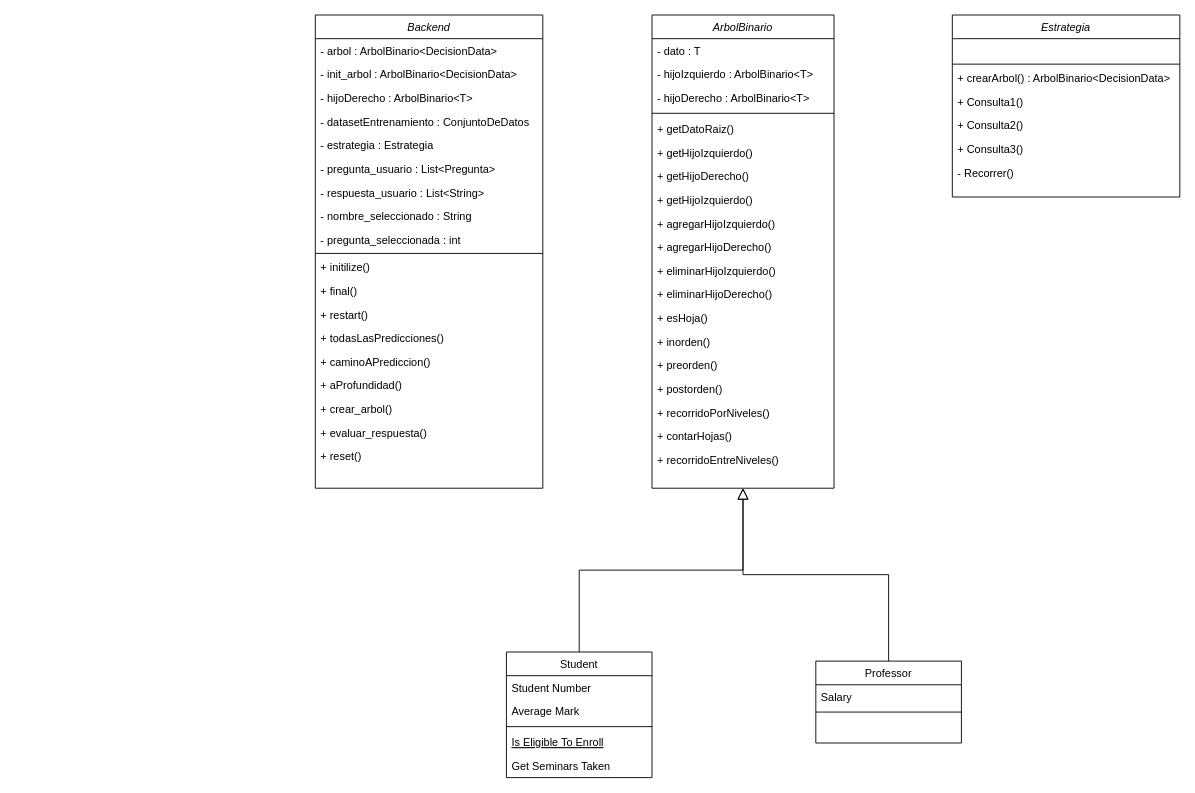
Earlier version of the draw.io diagram TPF-WiW.drawio (Schl4nge-sudo/TPF-CTEA). Source tidied: cells renumbered, new cells numbered last; positions are measured from the earlier drawing's top-left corner, leaving out a move shared by most shapes. Both pictures are drawn from the tidied source at 91%, with x=0, y=0 at pixel (315, 15).
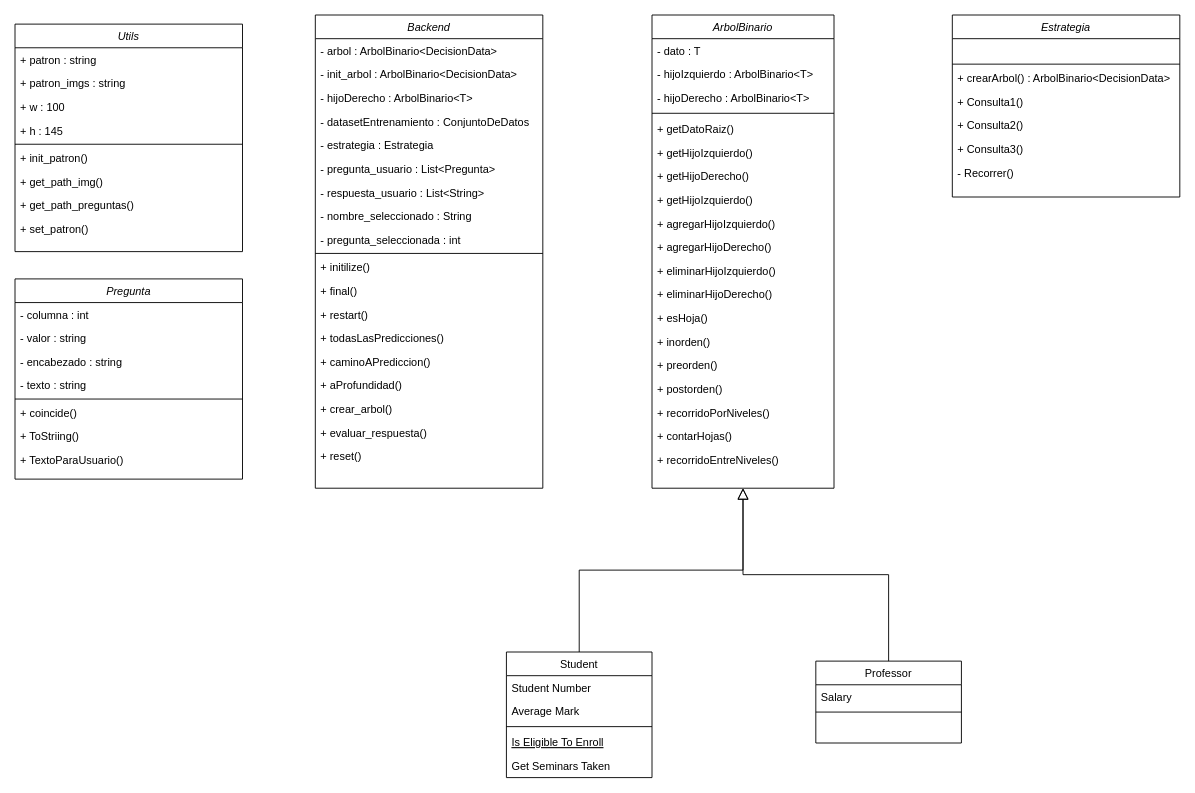
Above is the later version.

Commit message:
Agregadas Util y Pregunta

Diff of the diagram source:
```diff
@@
+    <mxCell id="61" value="Utils" style="swimlane;fontStyle=2;align=center;verticalAlign=top;horizontal=1;startSize=26;rounded=0;shadow=0;strokeWidth=1;" parent="1" vertex="1">
+      <mxGeometry x="-330" y="10" width="250" height="250" as="geometry" />
+    </mxCell>
+    <mxCell id="62" value="+ patron : string" style="text;align=left;verticalAlign=top;spacingLeft=4;spacingRight=4;overflow=hidden;" parent="61" vertex="1">
+      <mxGeometry y="26" width="250" height="26" as="geometry" />
+    </mxCell>
+    <mxCell id="63" value="+ patron_imgs : string" style="text;align=left;verticalAlign=top;spacingLeft=4;spacingRight=4;overflow=hidden;rounded=0;shadow=0;html=0;" parent="61" vertex="1">
+      <mxGeometry y="52" width="250" height="26" as="geometry" />
+    </mxCell>
+    <mxCell id="64" value="+ w : 100" style="text;align=left;verticalAlign=top;spacingLeft=4;spacingRight=4;overflow=hidden;rounded=0;shadow=0;html=0;" parent="61" vertex="1">
+      <mxGeometry y="78" width="250" height="26" as="geometry" />
+    </mxCell>
+    <mxCell id="65" value="+ h : 145" style="text;align=left;verticalAlign=top;spacingLeft=4;spacingRight=4;overflow=hidden;" parent="61" vertex="1">
+      <mxGeometry y="104" width="250" height="26" as="geometry" />
+    </mxCell>
+    <mxCell id="66" style="line;html=1;strokeWidth=1;align=left;verticalAlign=middle;spacingTop=-1;spacingLeft=3;spacingRight=3;labelPosition=right;" parent="61" vertex="1">
+      <mxGeometry y="130" width="250" height="4" as="geometry" />
+    </mxCell>
+    <mxCell id="67" value="+ init_patron()" style="text;align=left;verticalAlign=top;spacingLeft=4;spacingRight=4;overflow=hidden;" parent="61" vertex="1">
+      <mxGeometry y="134" width="250" height="26" as="geometry" />
+    </mxCell>
+    <mxCell id="68" value="+ get_path_img()" style="text;align=left;verticalAlign=top;spacingLeft=4;spacingRight=4;overflow=hidden;" parent="61" vertex="1">
+      <mxGeometry y="160" width="250" height="26" as="geometry" />
+    </mxCell>
+    <mxCell id="69" value="+ get_path_preguntas()" style="text;align=left;verticalAlign=top;spacingLeft=4;spacingRight=4;overflow=hidden;" parent="61" vertex="1">
+      <mxGeometry y="186" width="250" height="26" as="geometry" />
+    </mxCell>
+    <mxCell id="70" value="+ set_patron()" style="text;align=left;verticalAlign=top;spacingLeft=4;spacingRight=4;overflow=hidden;" parent="61" vertex="1">
+      <mxGeometry y="212" width="250" height="26" as="geometry" />
+    </mxCell>
+    <mxCell id="71" value="Pregunta" style="swimlane;fontStyle=2;align=center;verticalAlign=top;horizontal=1;startSize=26;rounded=0;shadow=0;strokeWidth=1;" parent="1" vertex="1">
+      <mxGeometry x="-330" y="290" width="250" height="220" as="geometry" />
+    </mxCell>
+    <mxCell id="72" value="- columna : int" style="text;align=left;verticalAlign=top;spacingLeft=4;spacingRight=4;overflow=hidden;" parent="71" vertex="1">
+      <mxGeometry y="26" width="250" height="26" as="geometry" />
+    </mxCell>
+    <mxCell id="73" value="- valor : string" style="text;align=left;verticalAlign=top;spacingLeft=4;spacingRight=4;overflow=hidden;rounded=0;shadow=0;html=0;" parent="71" vertex="1">
+      <mxGeometry y="52" width="250" height="26" as="geometry" />
+    </mxCell>
+    <mxCell id="74" value="- encabezado : string" style="text;align=left;verticalAlign=top;spacingLeft=4;spacingRight=4;overflow=hidden;rounded=0;shadow=0;html=0;" parent="71" vertex="1">
+      <mxGeometry y="78" width="250" height="26" as="geometry" />
+    </mxCell>
+    <mxCell id="75" value="- texto : string" style="text;align=left;verticalAlign=top;spacingLeft=4;spacingRight=4;overflow=hidden;" parent="71" vertex="1">
+      <mxGeometry y="104" width="250" height="26" as="geometry" />
+    </mxCell>
+    <mxCell id="76" style="line;html=1;strokeWidth=1;align=left;verticalAlign=middle;spacingTop=-1;spacingLeft=3;spacingRight=3;labelPosition=right;" parent="71" vertex="1">
+      <mxGeometry y="130" width="250" height="4" as="geometry" />
+    </mxCell>
+    <mxCell id="77" value="+ coincide()" style="text;align=left;verticalAlign=top;spacingLeft=4;spacingRight=4;overflow=hidden;" parent="71" vertex="1">
+      <mxGeometry y="134" width="250" height="26" as="geometry" />
+    </mxCell>
+    <mxCell id="78" value="+ ToStriing()" style="text;align=left;verticalAlign=top;spacingLeft=4;spacingRight=4;overflow=hidden;" parent="71" vertex="1">
+      <mxGeometry y="160" width="250" height="26" as="geometry" />
+    </mxCell>
+    <mxCell id="79" value="+ TextoParaUsuario()" style="text;align=left;verticalAlign=top;spacingLeft=4;spacingRight=4;overflow=hidden;" parent="71" vertex="1">
+      <mxGeometry y="186" width="250" height="26" as="geometry" />
+    </mxCell>
```
